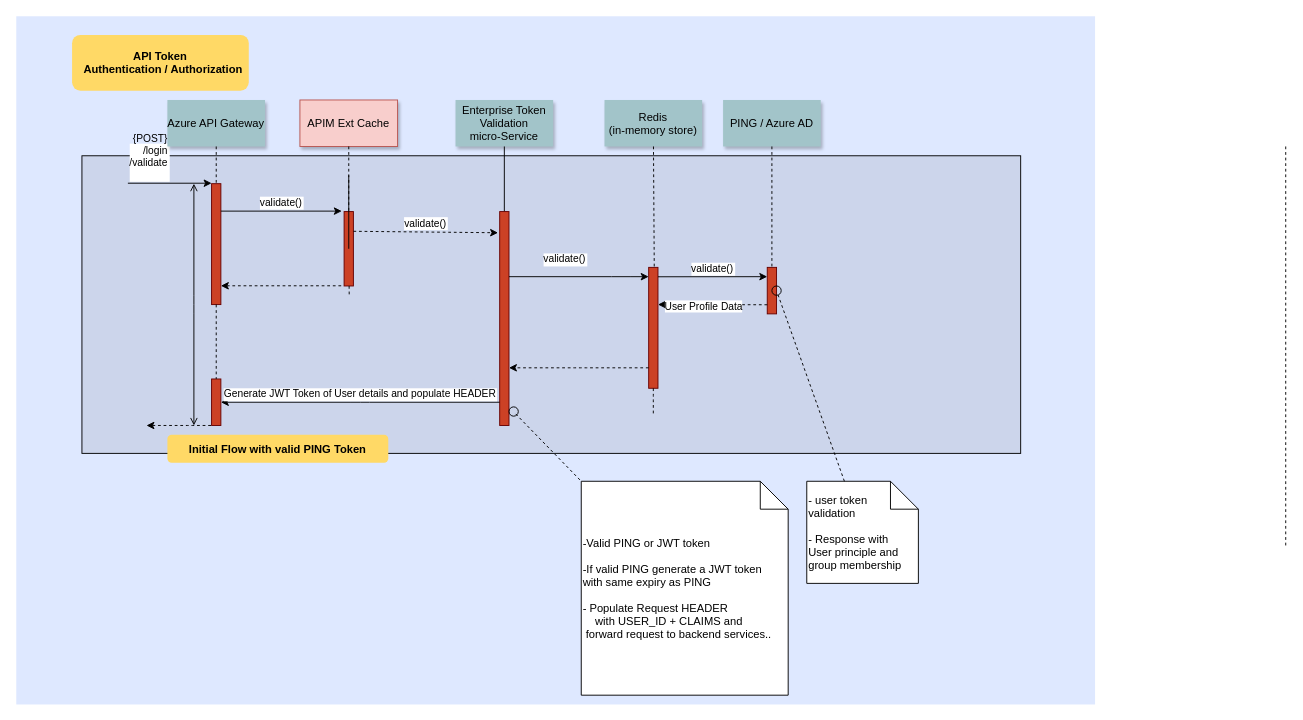
neio100/orange keeps this draw.io diagram as page "Azure APIM Flow" (3 of 10) of Micro service Auth/Authorization.drawio. Above is the earlier version. Source tidied: cells renumbered, new cells numbered last; positions are measured from the earlier drawing's top-left corner, leaving out a move shared by most shapes. Both pictures are drawn from the tidied source at 93%, with x=0, y=0 at pixel (16, 16).
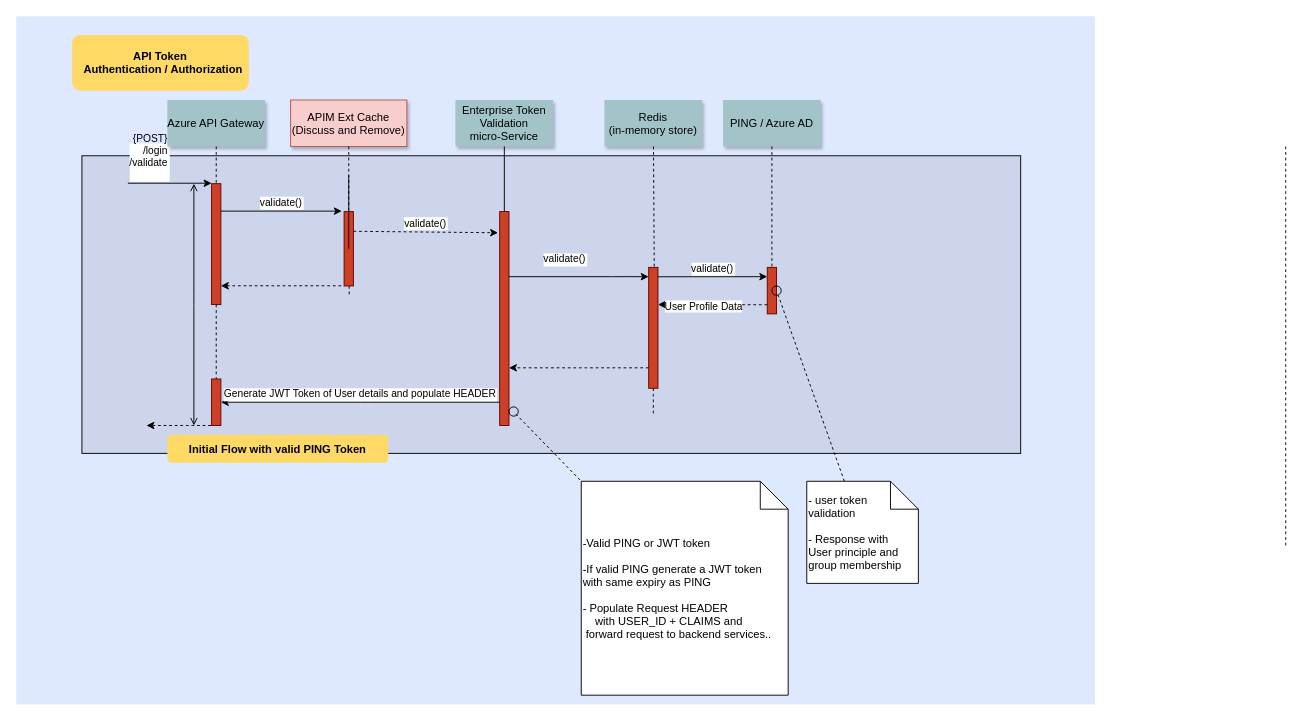
After the change.

Diff of the diagram source:
```diff
@@
-    <mxCell id="8" value="APIM Ext Cache" style="shadow=1;fillColor=#f8cecc;strokeColor=#b85450;" parent="1" vertex="1">
-      <mxGeometry x="305" y="90" width="105" height="50" as="geometry" />
+    <mxCell id="8" value="APIM Ext Cache&#10;(Discuss and Remove)" style="shadow=1;fillColor=#f8cecc;strokeColor=#b85450;" parent="1" vertex="1">
+      <mxGeometry x="295" y="90" width="125" height="50" as="geometry" />
     </mxCell>
```
